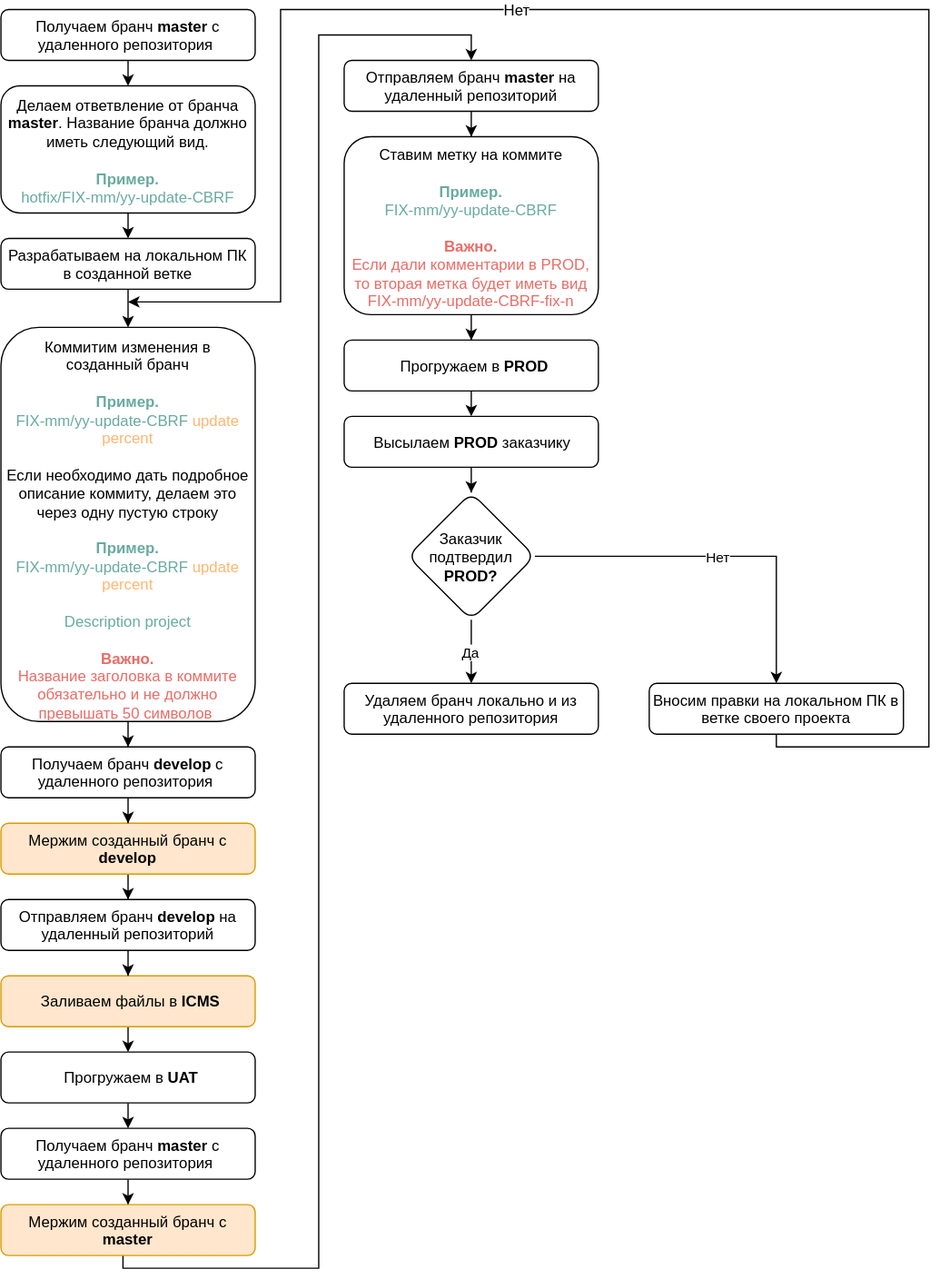
biryukovkolya/upload-files keeps this draw.io diagram as GIT roadmap hotfix.svg. Above is the earlier version. Source tidied: cells renumbered, new cells last; positions are measured from the earlier drawing's top-left corner, leaving out a move shared by most shapes.
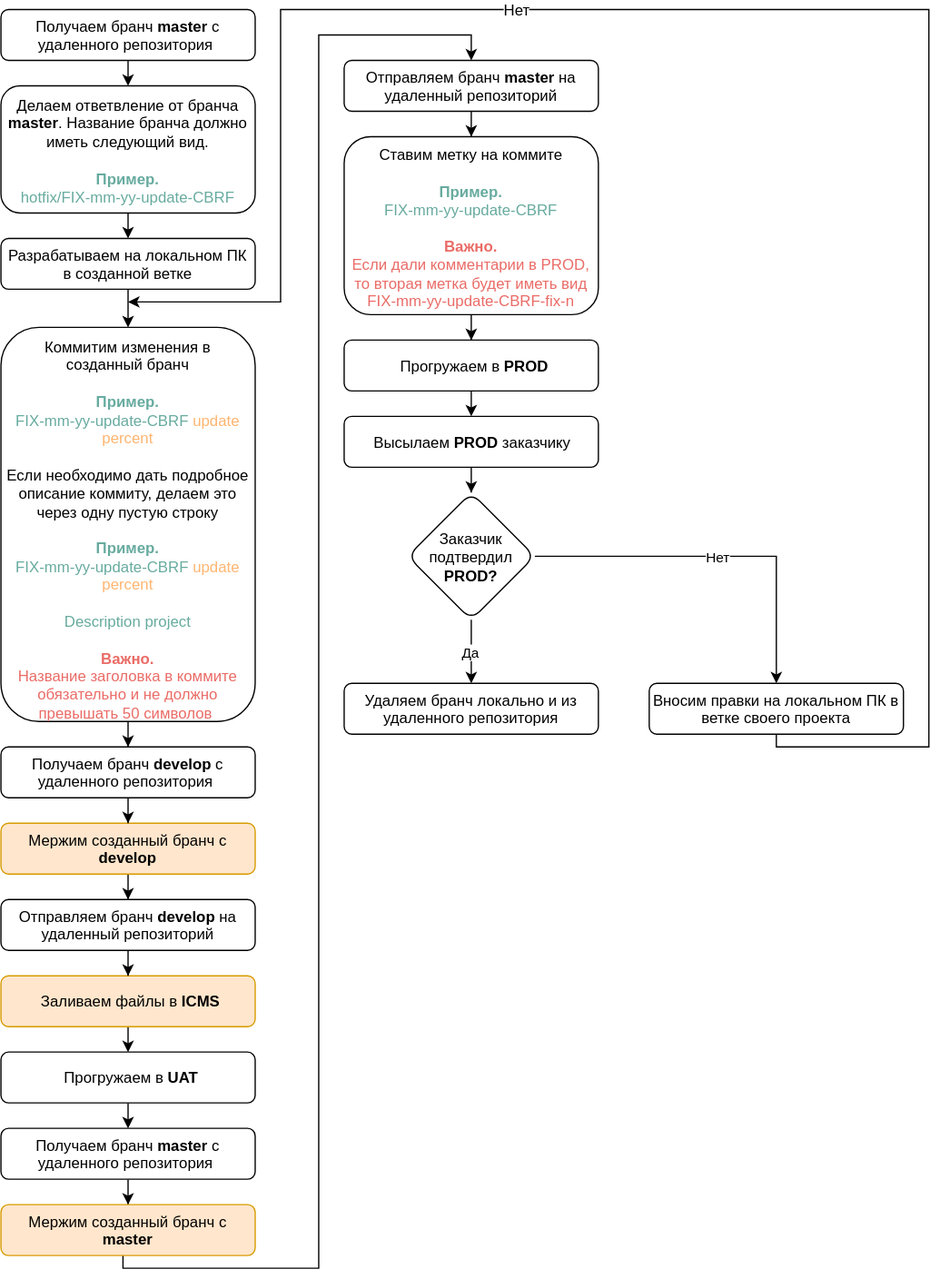
The same diagram one commit later.

The edit, as a diff of the source:
```diff
@@ -17,7 +17,7 @@
     <mxCell id="6" style="edgeStyle=orthogonalEdgeStyle;rounded=0;html=1;exitX=0.5;exitY=1;jettySize=auto;" parent="1" edge="1" source="7" target="13">
       <mxGeometry relative="1" as="geometry" />
     </mxCell>
-    <mxCell id="7" value="Коммитим изменения в созданный бранч&lt;br&gt;&lt;br&gt;&lt;font color=&quot;#67ab9f&quot;&gt;&lt;b&gt;Пример.&lt;br&gt;&lt;/b&gt;&lt;/font&gt;&lt;font color=&quot;#67ab9f&quot;&gt;FIX-mm/yy-update-CBRF&amp;nbsp;&lt;/font&gt;&lt;font color=&quot;#ffb570&quot;&gt;update percent&lt;/font&gt;&lt;br&gt;&lt;br&gt;Если необходимо дать подробное описание&amp;nbsp;коммиту, делаем это через одну пустую строку&lt;br&gt;&lt;br&gt;&lt;font color=&quot;#67ab9f&quot;&gt;&lt;b&gt;Пример.&lt;br&gt;&lt;/b&gt;&lt;/font&gt;&lt;font color=&quot;#67ab9f&quot;&gt;FIX-mm/yy-update-CBRF&amp;nbsp;&lt;/font&gt;&lt;font color=&quot;#ffb570&quot;&gt;update percent&lt;/font&gt;&lt;br&gt;&lt;br&gt;&lt;font color=&quot;#67ab9f&quot;&gt;Description project&lt;/font&gt;&lt;br&gt;&lt;b&gt;&lt;br&gt;&lt;font color=&quot;#ea6b66&quot;&gt;Важно.&lt;/font&gt;&lt;/b&gt;&lt;font color=&quot;#ea6b66&quot;&gt;&lt;br&gt;Название заголовка в коммите обязательно и не должно превышать 50 символов&amp;nbsp;&lt;/font&gt;&lt;br&gt;" style="rounded=1;whiteSpace=wrap;html=1;spacing=3;" parent="1" vertex="1">
+    <mxCell id="7" value="Коммитим изменения в созданный бранч&lt;br&gt;&lt;br&gt;&lt;font color=&quot;#67ab9f&quot;&gt;&lt;b&gt;Пример.&lt;br&gt;&lt;/b&gt;&lt;/font&gt;&lt;font color=&quot;#67ab9f&quot;&gt;FIX-mm-yy-update-CBRF&amp;nbsp;&lt;/font&gt;&lt;font color=&quot;#ffb570&quot;&gt;update percent&lt;/font&gt;&lt;br&gt;&lt;br&gt;Если необходимо дать подробное описание&amp;nbsp;коммиту, делаем это через одну пустую строку&lt;br&gt;&lt;br&gt;&lt;font color=&quot;#67ab9f&quot;&gt;&lt;b&gt;Пример.&lt;br&gt;&lt;/b&gt;&lt;/font&gt;&lt;font color=&quot;#67ab9f&quot;&gt;FIX-mm-yy-update-CBRF&amp;nbsp;&lt;/font&gt;&lt;font color=&quot;#ffb570&quot;&gt;update percent&lt;/font&gt;&lt;br&gt;&lt;br&gt;&lt;font color=&quot;#67ab9f&quot;&gt;Description project&lt;/font&gt;&lt;br&gt;&lt;b&gt;&lt;br&gt;&lt;font color=&quot;#ea6b66&quot;&gt;Важно.&lt;/font&gt;&lt;/b&gt;&lt;font color=&quot;#ea6b66&quot;&gt;&lt;br&gt;Название заголовка в коммите обязательно и не должно превышать 50 символов&amp;nbsp;&lt;/font&gt;&lt;br&gt;" style="rounded=1;whiteSpace=wrap;html=1;spacing=3;" parent="1" vertex="1">
       <mxGeometry y="250" width="200" height="310" as="geometry" />
     </mxCell>
     <mxCell id="8" style="edgeStyle=orthogonalEdgeStyle;rounded=0;html=1;exitX=0.5;exitY=1;jettySize=auto;" parent="1" edge="1" source="9" target="31">
@@ -29,7 +29,7 @@
     <mxCell id="10" style="edgeStyle=orthogonalEdgeStyle;rounded=0;html=1;exitX=0.5;exitY=1;entryX=0.5;entryY=0;jettySize=auto;" parent="1" edge="1" source="11" target="5">
       <mxGeometry relative="1" as="geometry" />
     </mxCell>
-    <mxCell id="11" value="Делаем ответвление от бранча &lt;b&gt;master&lt;/b&gt;. Название бранча должно иметь следующий вид.&lt;br&gt;&lt;font color=&quot;#67ab9f&quot;&gt;&lt;br&gt;&lt;b&gt;Пример.&lt;/b&gt;&lt;br&gt;hotfix/FIX-mm/yy-update-CBRF&lt;/font&gt;&lt;b&gt;&lt;font color=&quot;#67ab9f&quot;&gt;&lt;br&gt;&lt;/font&gt;&lt;/b&gt;" style="rounded=1;whiteSpace=wrap;html=1;spacingRight=0;spacingLeft=0;spacing=3;" parent="1" vertex="1">
+    <mxCell id="11" value="Делаем ответвление от бранча &lt;b&gt;master&lt;/b&gt;. Название бранча должно иметь следующий вид.&lt;br&gt;&lt;font color=&quot;#67ab9f&quot;&gt;&lt;br&gt;&lt;b&gt;Пример.&lt;/b&gt;&lt;br&gt;hotfix/FIX-mm-yy-update-CBRF&lt;/font&gt;&lt;b&gt;&lt;font color=&quot;#67ab9f&quot;&gt;&lt;br&gt;&lt;/font&gt;&lt;/b&gt;" style="rounded=1;whiteSpace=wrap;html=1;spacingRight=0;spacingLeft=0;spacing=3;" parent="1" vertex="1">
       <mxGeometry y="60" width="200" height="100" as="geometry" />
     </mxCell>
     <mxCell id="12" style="edgeStyle=orthogonalEdgeStyle;rounded=0;html=1;exitX=0.5;exitY=1;jettySize=auto;" parent="1" edge="1" source="13" target="9">
@@ -128,7 +128,7 @@
     <mxCell id="37" style="edgeStyle=orthogonalEdgeStyle;rounded=0;comic=0;html=1;exitX=0.5;exitY=1;jettySize=auto;" parent="1" edge="1" source="38" target="23">
       <mxGeometry relative="1" as="geometry" />
     </mxCell>
-    <mxCell id="38" value="Ставим метку на коммите&lt;br&gt;&lt;font color=&quot;#67ab9f&quot;&gt;&lt;br&gt;&lt;b&gt;Пример.&lt;br&gt;&lt;/b&gt;&lt;/font&gt;&lt;font color=&quot;#67ab9f&quot;&gt;FIX-mm/yy-update-CBRF&lt;br&gt;&lt;/font&gt;&lt;br&gt;&lt;font color=&quot;#ea6b66&quot;&gt;&lt;b&gt;Важно.&lt;/b&gt;&lt;br&gt;Если дали комментарии в PROD, то вторая метка будет&amp;nbsp;иметь вид&lt;br&gt;&lt;span&gt;FIX-mm/yy-update-CBRF-fix-n&lt;/span&gt;&lt;/font&gt;&lt;br&gt;" style="rounded=1;whiteSpace=wrap;html=1;spacing=3;" parent="1" vertex="1">
+    <mxCell id="38" value="Ставим метку на коммите&lt;br&gt;&lt;font color=&quot;#67ab9f&quot;&gt;&lt;br&gt;&lt;b&gt;Пример.&lt;br&gt;&lt;/b&gt;&lt;/font&gt;&lt;font color=&quot;#67ab9f&quot;&gt;FIX-mm-yy-update-CBRF&lt;br&gt;&lt;/font&gt;&lt;br&gt;&lt;font color=&quot;#ea6b66&quot;&gt;&lt;b&gt;Важно.&lt;/b&gt;&lt;br&gt;Если дали комментарии в PROD, то вторая метка будет&amp;nbsp;иметь вид&lt;br&gt;&lt;span&gt;FIX-mm-yy-update-CBRF-fix-n&lt;/span&gt;&lt;/font&gt;&lt;br&gt;" style="rounded=1;whiteSpace=wrap;html=1;spacing=3;" parent="1" vertex="1">
       <mxGeometry x="270" y="100" width="200" height="140" as="geometry" />
     </mxCell>
   </root>
```
